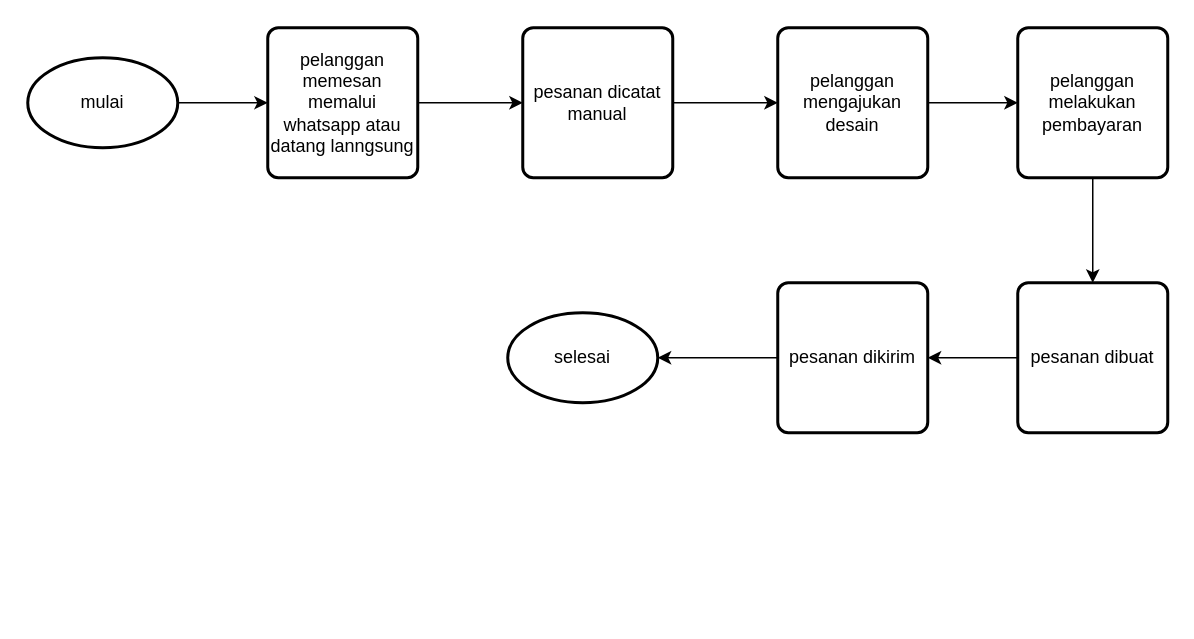
Above: Untitled Diagram.drawio in zzarr/SC (draw.io), before the change. Source tidied: cells renumbered, new cells numbered last; positions are measured from the earlier drawing's top-left corner, leaving out a move shared by most shapes. Both pictures are drawn from the tidied source at 150%, with x=0, y=0 at pixel (27, 27).
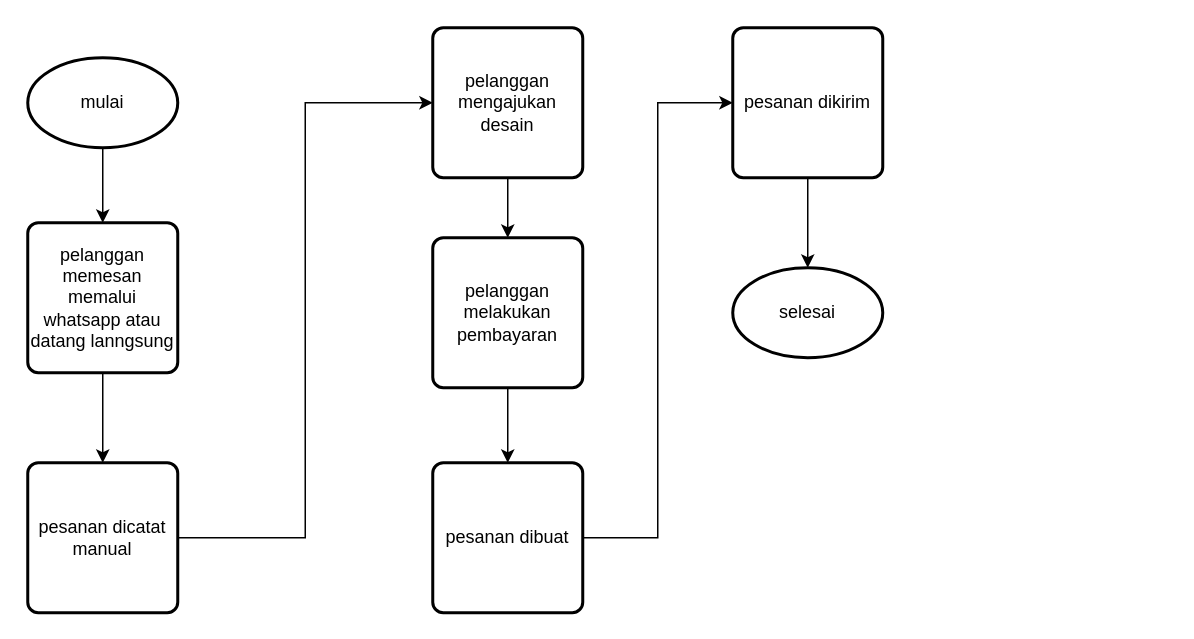
After the change.

What changed in the source:
```diff
@@
 <mxGraphModel>
   <root>
     <mxCell id="0" />
     <mxCell id="1" parent="0" />
-    <mxCell id="2" style="edgeStyle=orthogonalEdgeStyle;rounded=0;jettySize=auto;html=1;exitX=1;exitY=0.5;exitDx=0;exitDy=0;exitPerimeter=0;entryX=0;entryY=0.5;entryDx=0;entryDy=0;" parent="1" edge="1" source="3" target="5">
+    <mxCell id="2" style="edgeStyle=orthogonalEdgeStyle;rounded=0;jettySize=auto;html=1;exitX=0.5;exitY=1;exitDx=0;exitDy=0;exitPerimeter=0;entryX=0.5;entryY=0;entryDx=0;entryDy=0;" parent="1" edge="1" source="3" target="5">
       <mxGeometry relative="1" as="geometry" />
     </mxCell>
     <mxCell id="3" value="mulai" style="strokeWidth=2;html=1;shape=mxgraph.flowchart.start_1;whiteSpace=wrap;" parent="1" vertex="1">
       <mxGeometry y="20" width="100" height="60" as="geometry" />
     </mxCell>
-    <mxCell id="4" style="edgeStyle=orthogonalEdgeStyle;rounded=0;jettySize=auto;html=1;exitX=1;exitY=0.5;exitDx=0;exitDy=0;entryX=0;entryY=0.5;entryDx=0;entryDy=0;" parent="1" edge="1" source="5" target="7">
+    <mxCell id="4" style="edgeStyle=orthogonalEdgeStyle;rounded=0;jettySize=auto;html=1;exitX=0.5;exitY=1;exitDx=0;exitDy=0;entryX=0.5;entryY=0;entryDx=0;entryDy=0;" parent="1" edge="1" source="5" target="7">
       <mxGeometry relative="1" as="geometry" />
     </mxCell>
     <mxCell id="5" value="pelanggan memesan memalui whatsapp atau datang lanngsung" style="rounded=1;whiteSpace=wrap;html=1;absoluteArcSize=1;arcSize=14;strokeWidth=2;" parent="1" vertex="1">
-      <mxGeometry x="160" width="100" height="100" as="geometry" />
+      <mxGeometry y="130" width="100" height="100" as="geometry" />
     </mxCell>
-    <mxCell id="6" style="edgeStyle=orthogonalEdgeStyle;rounded=0;jettySize=auto;html=1;exitX=1;exitY=0.5;exitDx=0;exitDy=0;" parent="1" edge="1" source="7" target="9">
+    <mxCell id="6" style="edgeStyle=orthogonalEdgeStyle;rounded=0;jettySize=auto;html=1;exitX=1;exitY=0.5;exitDx=0;exitDy=0;entryX=0;entryY=0.5;entryDx=0;entryDy=0;" parent="1" edge="1" source="7" target="9">
       <mxGeometry relative="1" as="geometry" />
     </mxCell>
     <mxCell id="7" value="pesanan dicatat manual" style="rounded=1;whiteSpace=wrap;html=1;absoluteArcSize=1;arcSize=14;strokeWidth=2;" parent="1" vertex="1">
-      <mxGeometry x="330" width="100" height="100" as="geometry" />
+      <mxGeometry y="290" width="100" height="100" as="geometry" />
     </mxCell>
-    <mxCell id="8" style="edgeStyle=orthogonalEdgeStyle;rounded=0;jettySize=auto;html=1;exitX=1;exitY=0.5;exitDx=0;exitDy=0;entryX=0;entryY=0.5;entryDx=0;entryDy=0;" parent="1" edge="1" source="9" target="11">
+    <mxCell id="8" style="edgeStyle=orthogonalEdgeStyle;rounded=0;jettySize=auto;html=1;exitX=0.5;exitY=1;exitDx=0;exitDy=0;entryX=0.5;entryY=0;entryDx=0;entryDy=0;" parent="1" edge="1" source="9" target="11">
       <mxGeometry relative="1" as="geometry" />
     </mxCell>
     <mxCell id="9" value="pelanggan mengajukan desain" style="rounded=1;whiteSpace=wrap;html=1;absoluteArcSize=1;arcSize=14;strokeWidth=2;" parent="1" vertex="1">
-      <mxGeometry x="500" width="100" height="100" as="geometry" />
+      <mxGeometry x="270" width="100" height="100" as="geometry" />
     </mxCell>
     <mxCell id="10" style="edgeStyle=orthogonalEdgeStyle;rounded=0;jettySize=auto;html=1;exitX=0.5;exitY=1;exitDx=0;exitDy=0;entryX=0.5;entryY=0;entryDx=0;entryDy=0;" parent="1" edge="1" source="11" target="13">
       <mxGeometry relative="1" as="geometry" />
     </mxCell>
     <mxCell id="11" value="pelanggan melakukan pembayaran" style="rounded=1;whiteSpace=wrap;html=1;absoluteArcSize=1;arcSize=14;strokeWidth=2;" parent="1" vertex="1">
-      <mxGeometry x="660" width="100" height="100" as="geometry" />
+      <mxGeometry x="270" y="140" width="100" height="100" as="geometry" />
     </mxCell>
-    <mxCell id="12" style="edgeStyle=orthogonalEdgeStyle;rounded=0;jettySize=auto;html=1;exitX=0;exitY=0.5;exitDx=0;exitDy=0;entryX=1;entryY=0.5;entryDx=0;entryDy=0;" parent="1" edge="1" source="13" target="15">
+    <mxCell id="12" style="edgeStyle=orthogonalEdgeStyle;rounded=0;jettySize=auto;html=1;exitX=1;exitY=0.5;exitDx=0;exitDy=0;entryX=0;entryY=0.5;entryDx=0;entryDy=0;" parent="1" edge="1" source="13" target="15">
       <mxGeometry relative="1" as="geometry" />
     </mxCell>
     <mxCell id="13" value="pesanan dibuat" style="rounded=1;whiteSpace=wrap;html=1;absoluteArcSize=1;arcSize=14;strokeWidth=2;" parent="1" vertex="1">
-      <mxGeometry x="660" y="170" width="100" height="100" as="geometry" />
+      <mxGeometry x="270" y="290" width="100" height="100" as="geometry" />
     </mxCell>
-    <mxCell id="14" style="edgeStyle=orthogonalEdgeStyle;rounded=0;jettySize=auto;html=1;exitX=0;exitY=0.5;exitDx=0;exitDy=0;entryX=1;entryY=0.5;entryDx=0;entryDy=0;entryPerimeter=0;" parent="1" edge="1" source="15" target="16">
+    <mxCell id="14" style="edgeStyle=orthogonalEdgeStyle;rounded=0;jettySize=auto;html=1;exitX=0.5;exitY=1;exitDx=0;exitDy=0;entryX=0.5;entryY=0;entryDx=0;entryDy=0;entryPerimeter=0;" parent="1" edge="1" source="15" target="16">
       <mxGeometry relative="1" as="geometry" />
     </mxCell>
     <mxCell id="15" value="pesanan dikirim" style="rounded=1;whiteSpace=wrap;html=1;absoluteArcSize=1;arcSize=14;strokeWidth=2;" parent="1" vertex="1">
-      <mxGeometry x="500" y="170" width="100" height="100" as="geometry" />
+      <mxGeometry x="470" width="100" height="100" as="geometry" />
     </mxCell>
     <mxCell id="16" value="selesai" style="strokeWidth=2;html=1;shape=mxgraph.flowchart.start_1;whiteSpace=wrap;" parent="1" vertex="1">
-      <mxGeometry x="320" y="190" width="100" height="60" as="geometry" />
+      <mxGeometry x="470" y="160" width="100" height="60" as="geometry" />
     </mxCell>
   </root>
 </mxGraphModel>
```
